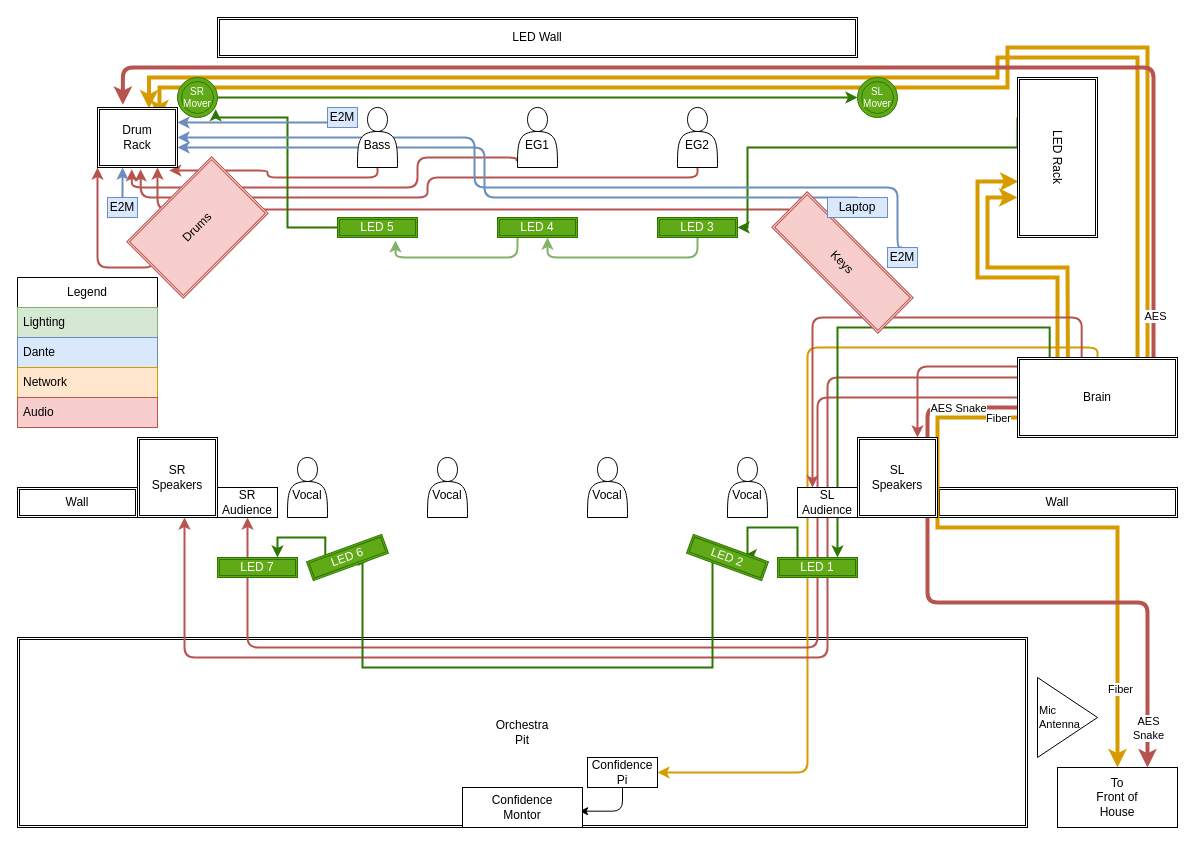
Earlier version of the draw.io diagram Love Church Stage.drawio (LoveChurchProduction/diagrams). Source tidied: cells renumbered, new cells numbered last; positions are measured from the earlier drawing's top-left corner, leaving out a move shared by most shapes. Both pictures are drawn from the tidied source at 100%, with x=0, y=0 at pixel (17, 17).
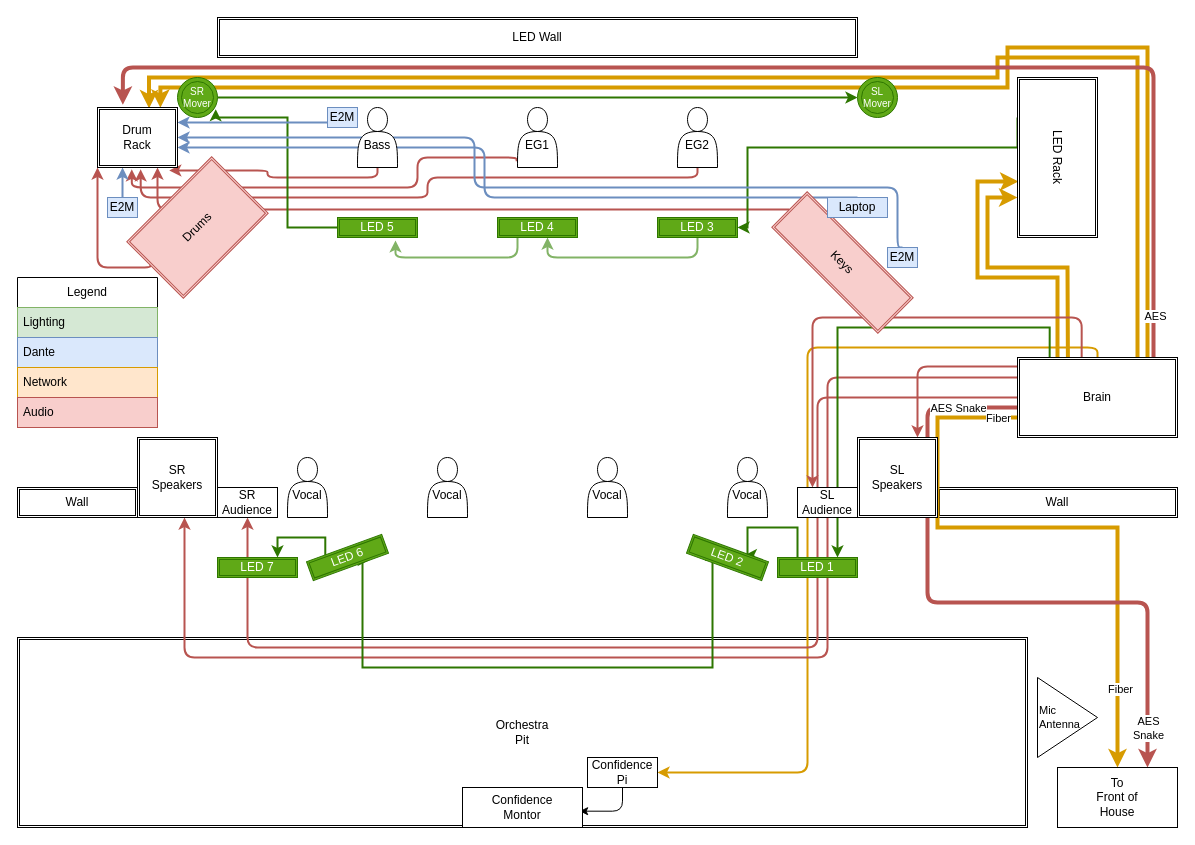
After the change.

Commit message (it also covers changes not shown here):
Fixed link to drum rack

The change refers to these unchanged cells:
```xml
<mxCell id="52" value="&lt;div&gt;Drum&lt;/div&gt;&lt;div&gt;Rack&lt;/div&gt;" style="shape=ext;double=1;rounded=0;whiteSpace=wrap;html=1;" parent="50" vertex="1">
  <mxGeometry x="80" y="90" width="80" height="60" as="geometry" />
</mxCell>
```

The edit, as a diff of the source:
```diff
@@
-    <mxCell id="20" style="edgeStyle=orthogonalEdgeStyle;html=1;exitX=0.75;exitY=0;exitDx=0;exitDy=0;entryX=0.644;entryY=0.015;entryDx=0;entryDy=0;entryPerimeter=0;fillColor=#ffe6cc;strokeColor=#d79b00;strokeWidth=4;rounded=0;curved=0;" parent="10" edge="1">
+    <mxCell id="20" style="edgeStyle=orthogonalEdgeStyle;html=1;exitX=0.75;exitY=0;exitDx=0;exitDy=0;entryX=0.786;entryY=0.006;entryDx=0;entryDy=0;entryPerimeter=0;fillColor=#ffe6cc;strokeColor=#d79b00;strokeWidth=4;rounded=0;curved=0;" parent="10" edge="1" target="52">
       <mxGeometry relative="1" as="geometry">
         <mxPoint x="1130" y="350" as="sourcePoint" />
-        <mxPoint x="142" y="101" as="targetPoint" />
         <Array as="points">
           <mxPoint x="1130" y="30" />
           <mxPoint x="990" y="30" />
           <mxPoint x="990" y="70" />
           <mxPoint x="142" y="70" />
+          <mxPoint x="142" y="90" />
         </Array>
       </mxGeometry>
     </mxCell>
```
